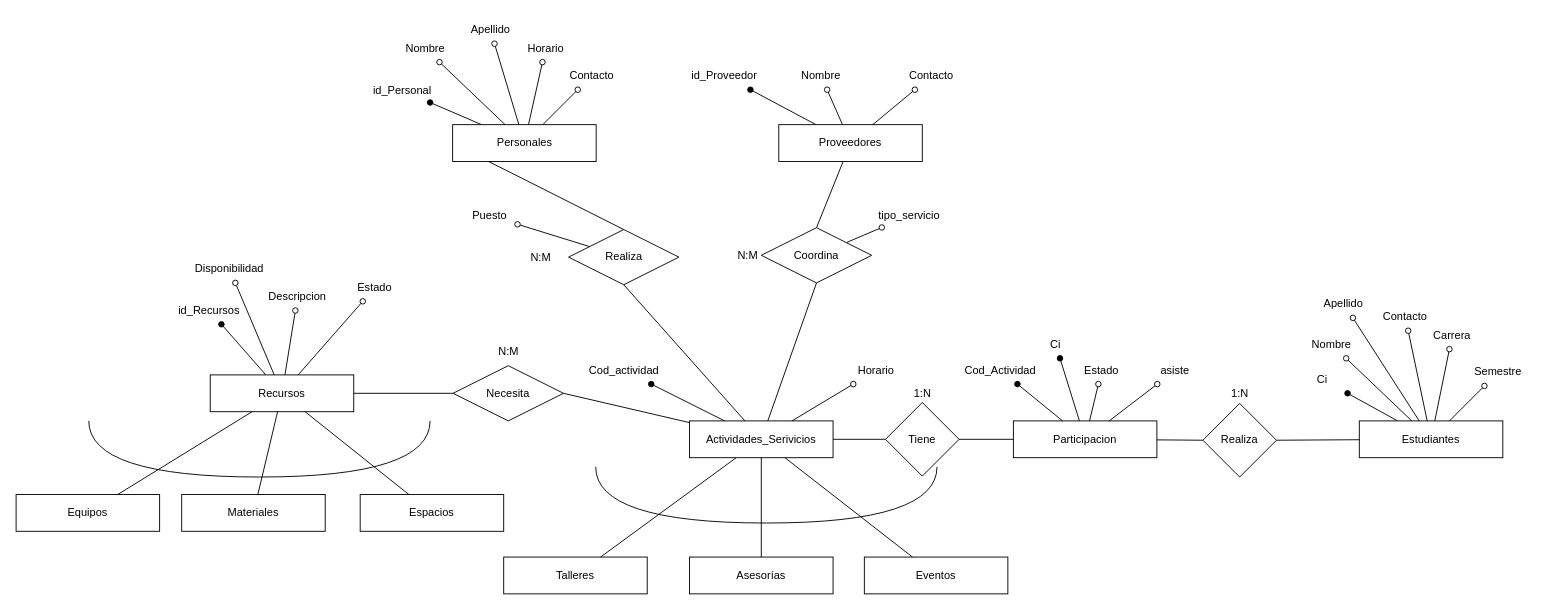
Earlier version of the draw.io diagram Bienestar_social_UMSA.drawio (tomyivan/diagramas-DB). Source tidied: cells renumbered, new cells numbered last; positions are measured from the earlier drawing's top-left corner, leaving out a move shared by most shapes. Both pictures are drawn from the tidied source at 92%, with x=0, y=0 at pixel (16, 16).
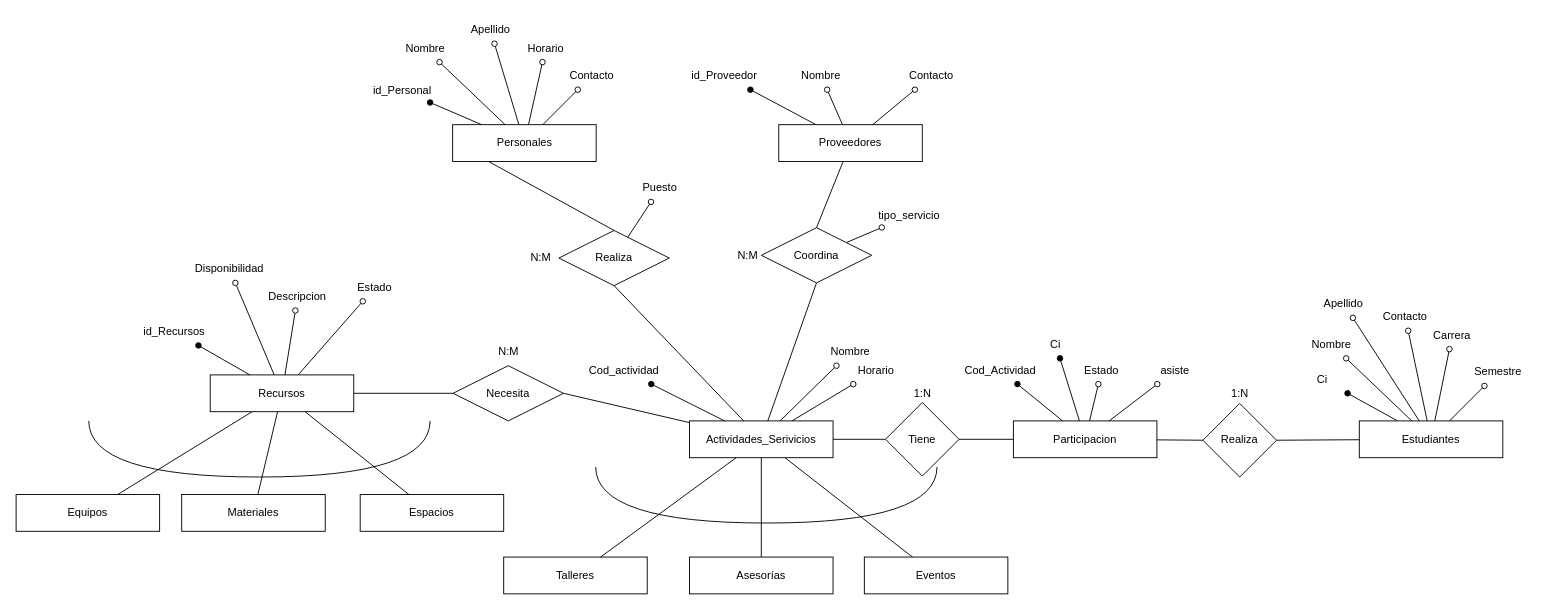
The same page after the edit.

The change refers to these unchanged cells:
```xml
<mxCell id="13" value="Actividades_Serivicios" style="whiteSpace=wrap;html=1;align=center;" parent="1" vertex="1">
  <mxGeometry x="732" y="440" width="156" height="40" as="geometry" />
</mxCell>
```

Change to the diagram source:
```diff
@@
     <mxCell id="26" value="id_Recursos" style="text;html=1;strokeColor=none;fillColor=none;align=center;verticalAlign=middle;whiteSpace=wrap;rounded=0;" parent="1" vertex="1">
-      <mxGeometry x="180" y="305" width="60" height="30" as="geometry" />
+      <mxGeometry x="142" y="328" width="60" height="30" as="geometry" />
     </mxCell>
@@
     <mxCell id="47" value="Puesto" style="text;html=1;strokeColor=none;fillColor=none;align=center;verticalAlign=middle;whiteSpace=wrap;rounded=0;" parent="1" vertex="1">
-      <mxGeometry x="485" y="202" width="60" height="30" as="geometry" />
+      <mxGeometry x="670" y="172" width="60" height="30" as="geometry" />
     </mxCell>
@@
     <mxCell id="80" value="Realiza" style="shape=rhombus;perimeter=rhombusPerimeter;whiteSpace=wrap;html=1;align=center;" parent="1" vertex="1">
-      <mxGeometry x="600.5" y="232" width="120" height="60" as="geometry" />
+      <mxGeometry x="590" y="233" width="120" height="60" as="geometry" />
     </mxCell>
@@
+    <mxCell id="94" style="rounded=0;jettySize=auto;html=1;endArrow=oval;endFill=0;" parent="1" edge="1" source="13" target="95">
+      <mxGeometry relative="1" as="geometry" />
+    </mxCell>
+    <mxCell id="95" value="Nombre" style="text;html=1;strokeColor=none;fillColor=none;align=center;verticalAlign=middle;whiteSpace=wrap;rounded=0;" parent="1" vertex="1">
+      <mxGeometry x="877" y="350" width="60" height="30" as="geometry" />
+    </mxCell>
```
